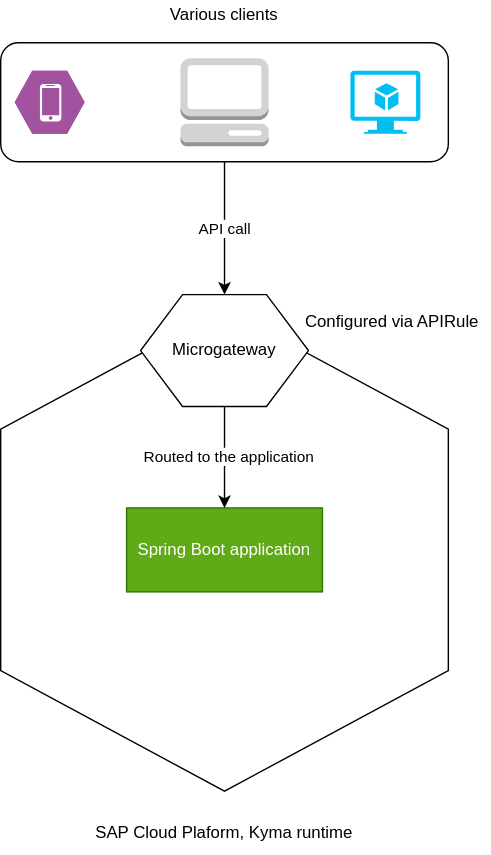
SAP-samples/kyma-runtime-extension-samples keeps this draw.io diagram as sample-extension-java/assets/extension.svg. Above is the earlier version. Source tidied: cells renumbered, new cells last; positions are measured from the earlier drawing's top-left corner, leaving out a move shared by most shapes.
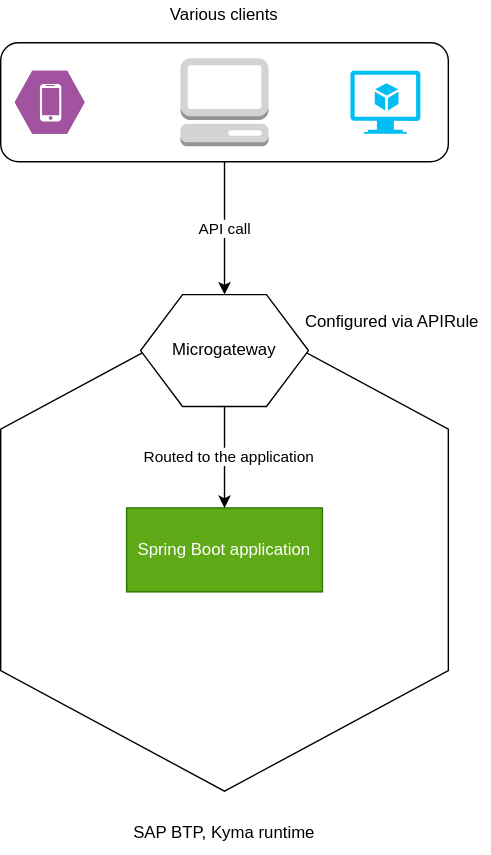
After the commit.

Commit message:
change from cloud platform to SAP BTP, rev-2

What changed in the source:
```diff
@@ -14,7 +14,7 @@
     <mxCell id="5" value="Spring Boot application" style="rounded=0;whiteSpace=wrap;html=1;fillColor=#60a917;strokeColor=#2D7600;fontColor=#ffffff;" parent="1" vertex="1">
       <mxGeometry x="90" y="362.5" width="140" height="60" as="geometry" />
     </mxCell>
-    <mxCell id="6" value="SAP Cloud Plaform, Kyma runtime" style="text;html=1;strokeColor=none;fillColor=none;align=center;verticalAlign=middle;whiteSpace=wrap;rounded=0;" parent="1" vertex="1">
+    <mxCell id="6" value="SAP BTP, Kyma runtime" style="text;html=1;strokeColor=none;fillColor=none;align=center;verticalAlign=middle;whiteSpace=wrap;rounded=0;" parent="1" vertex="1">
       <mxGeometry x="50" y="580" width="220" height="30" as="geometry" />
     </mxCell>
     <mxCell id="7" style="edgeStyle=orthogonalEdgeStyle;rounded=0;jettySize=auto;html=1;" parent="1" edge="1" source="9" target="5">
```
